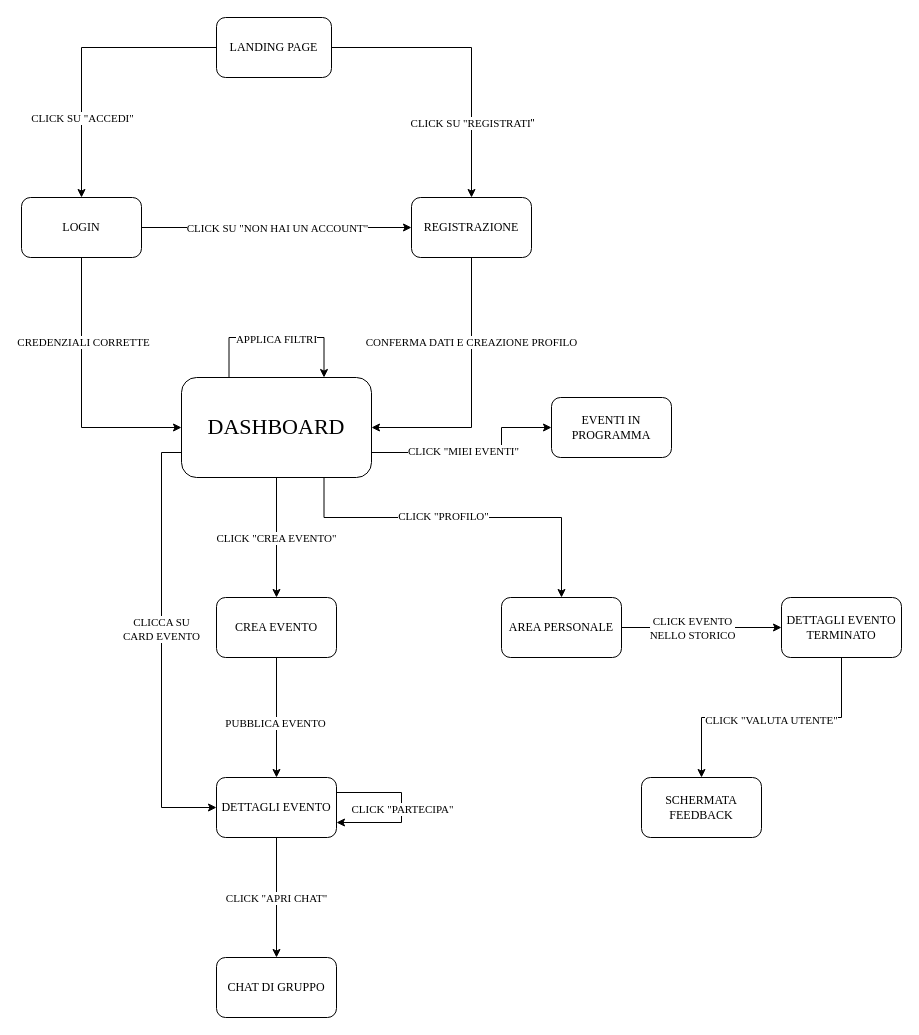
This is NAVIGATIONAL_PATH.drawio from alexbnls/progetto-is, a draw.io file, before an edit. Source tidied: cells renumbered, new cells numbered last; positions are measured from the earlier drawing's top-left corner, leaving out a move shared by most shapes. Both pictures are drawn from the tidied source at 100%, with x=0, y=0 at pixel (21, 17).
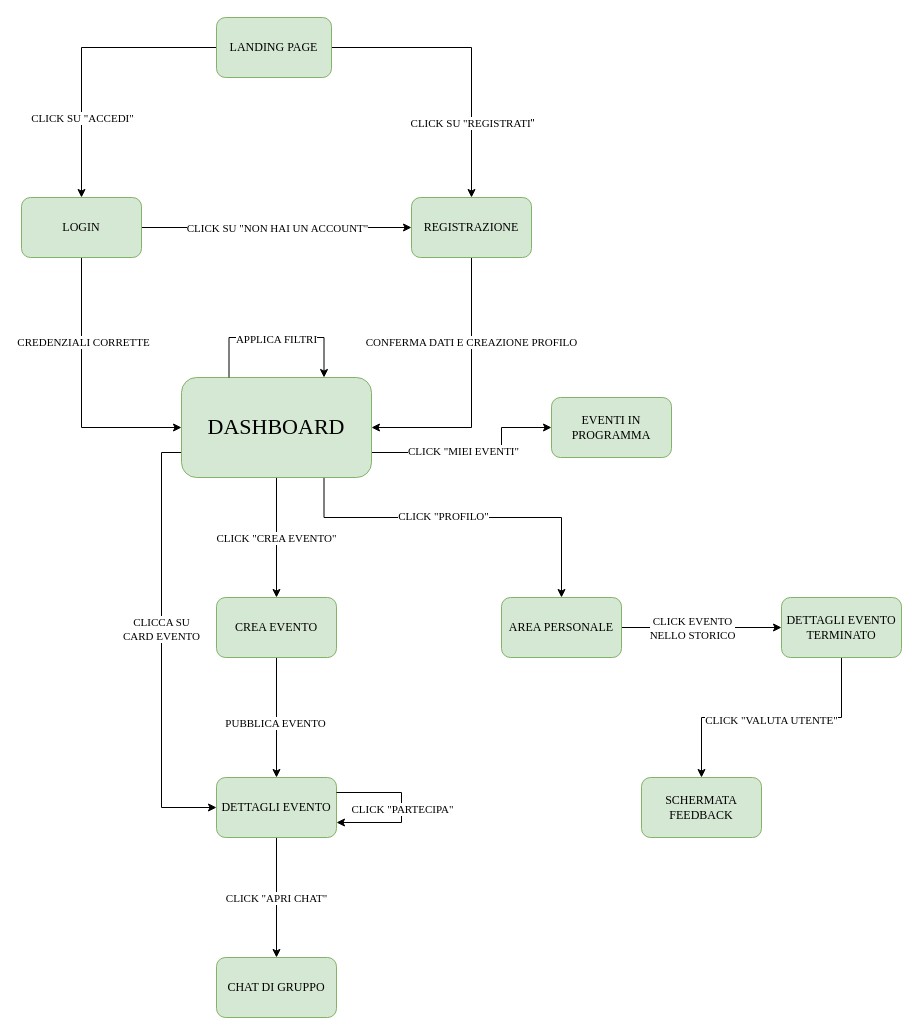
Above is the later version.

Change to the diagram source:
```diff
@@
-    <mxCell id="10" value="&lt;font face=&quot;Times New Roman&quot; style=&quot;font-size: 22px;&quot;&gt;DASHBOARD&lt;/font&gt;" style="rounded=1;whiteSpace=wrap;html=1;" parent="1" vertex="1">
+    <mxCell id="10" value="&lt;font face=&quot;Times New Roman&quot; style=&quot;font-size: 22px;&quot;&gt;DASHBOARD&lt;/font&gt;" style="rounded=1;whiteSpace=wrap;html=1;fillColor=#d5e8d4;strokeColor=#82b366;" parent="1" vertex="1">
       <mxGeometry x="160" y="360" width="190" height="100" as="geometry" />
     </mxCell>
@@
-    <mxCell id="13" value="&lt;font face=&quot;Times New Roman&quot;&gt;REGISTRAZIONE&lt;/font&gt;" style="rounded=1;whiteSpace=wrap;html=1;" parent="1" vertex="1">
+    <mxCell id="13" value="&lt;font face=&quot;Times New Roman&quot;&gt;REGISTRAZIONE&lt;/font&gt;" style="rounded=1;whiteSpace=wrap;html=1;fillColor=#d5e8d4;strokeColor=#82b366;" parent="1" vertex="1">
       <mxGeometry x="390" y="180" width="120" height="60" as="geometry" />
     </mxCell>
@@
-    <mxCell id="18" value="&lt;font face=&quot;Times New Roman&quot;&gt;LOGIN&lt;/font&gt;" style="rounded=1;whiteSpace=wrap;html=1;" parent="1" vertex="1">
+    <mxCell id="18" value="&lt;font face=&quot;Times New Roman&quot;&gt;LOGIN&lt;/font&gt;" style="rounded=1;whiteSpace=wrap;html=1;fillColor=#d5e8d4;strokeColor=#82b366;" parent="1" vertex="1">
       <mxGeometry y="180" width="120" height="60" as="geometry" />
     </mxCell>
@@
-    <mxCell id="23" value="&lt;font face=&quot;Times New Roman&quot;&gt;LANDING PAGE&lt;/font&gt;" style="rounded=1;whiteSpace=wrap;html=1;" parent="1" vertex="1">
+    <mxCell id="23" value="&lt;font face=&quot;Times New Roman&quot;&gt;LANDING PAGE&lt;/font&gt;" style="rounded=1;whiteSpace=wrap;html=1;fillColor=#d5e8d4;strokeColor=#82b366;" parent="1" vertex="1">
       <mxGeometry x="195" width="115" height="60" as="geometry" />
     </mxCell>
@@
-    <mxCell id="28" value="&lt;font face=&quot;Times New Roman&quot;&gt;CREA EVENTO&lt;/font&gt;" style="rounded=1;whiteSpace=wrap;html=1;" parent="1" vertex="1">
+    <mxCell id="28" value="&lt;font face=&quot;Times New Roman&quot;&gt;CREA EVENTO&lt;/font&gt;" style="rounded=1;whiteSpace=wrap;html=1;fillColor=#d5e8d4;strokeColor=#82b366;" parent="1" vertex="1">
       <mxGeometry x="195" y="580" width="120" height="60" as="geometry" />
     </mxCell>
@@
-    <mxCell id="31" value="&lt;font face=&quot;Times New Roman&quot;&gt;DETTAGLI EVENTO&lt;/font&gt;" style="rounded=1;whiteSpace=wrap;html=1;" parent="1" vertex="1">
+    <mxCell id="31" value="&lt;font face=&quot;Times New Roman&quot;&gt;DETTAGLI EVENTO&lt;/font&gt;" style="rounded=1;whiteSpace=wrap;html=1;fillColor=#d5e8d4;strokeColor=#82b366;" parent="1" vertex="1">
       <mxGeometry x="195" y="760" width="120" height="60" as="geometry" />
     </mxCell>
@@
-    <mxCell id="34" value="&lt;font face=&quot;Times New Roman&quot;&gt;CHAT DI GRUPPO&lt;/font&gt;" style="rounded=1;whiteSpace=wrap;html=1;" parent="1" vertex="1">
+    <mxCell id="34" value="&lt;font face=&quot;Times New Roman&quot;&gt;CHAT DI GRUPPO&lt;/font&gt;" style="rounded=1;whiteSpace=wrap;html=1;fillColor=#d5e8d4;strokeColor=#82b366;" parent="1" vertex="1">
       <mxGeometry x="195" y="940" width="120" height="60" as="geometry" />
     </mxCell>
@@
-    <mxCell id="37" value="&lt;font face=&quot;Times New Roman&quot;&gt;AREA PERSONALE&lt;/font&gt;" style="rounded=1;whiteSpace=wrap;html=1;" parent="1" vertex="1">
+    <mxCell id="37" value="&lt;font face=&quot;Times New Roman&quot;&gt;AREA PERSONALE&lt;/font&gt;" style="rounded=1;whiteSpace=wrap;html=1;fillColor=#d5e8d4;strokeColor=#82b366;" parent="1" vertex="1">
       <mxGeometry x="480" y="580" width="120" height="60" as="geometry" />
     </mxCell>
-    <mxCell id="38" value="&lt;font face=&quot;Times New Roman&quot;&gt;EVENTI IN PROGRAMMA&lt;/font&gt;" style="rounded=1;whiteSpace=wrap;html=1;" parent="1" vertex="1">
+    <mxCell id="38" value="&lt;font face=&quot;Times New Roman&quot;&gt;EVENTI IN PROGRAMMA&lt;/font&gt;" style="rounded=1;whiteSpace=wrap;html=1;fillColor=#d5e8d4;strokeColor=#82b366;" parent="1" vertex="1">
       <mxGeometry x="530" y="380" width="120" height="60" as="geometry" />
     </mxCell>
@@
-    <mxCell id="41" value="&lt;font face=&quot;Times New Roman&quot;&gt;DETTAGLI EVENTO TERMINATO&lt;/font&gt;" style="rounded=1;whiteSpace=wrap;html=1;" parent="1" vertex="1">
+    <mxCell id="41" value="&lt;font face=&quot;Times New Roman&quot;&gt;DETTAGLI EVENTO TERMINATO&lt;/font&gt;" style="rounded=1;whiteSpace=wrap;html=1;fillColor=#d5e8d4;strokeColor=#82b366;" parent="1" vertex="1">
       <mxGeometry x="760" y="580" width="120" height="60" as="geometry" />
     </mxCell>
-    <mxCell id="42" value="&lt;font face=&quot;Times New Roman&quot;&gt;SCHERMATA FEEDBACK&lt;/font&gt;" style="rounded=1;whiteSpace=wrap;html=1;" parent="1" vertex="1">
+    <mxCell id="42" value="&lt;font face=&quot;Times New Roman&quot;&gt;SCHERMATA FEEDBACK&lt;/font&gt;" style="rounded=1;whiteSpace=wrap;html=1;fillColor=#d5e8d4;strokeColor=#82b366;" parent="1" vertex="1">
       <mxGeometry x="620" y="760" width="120" height="60" as="geometry" />
     </mxCell>
```
